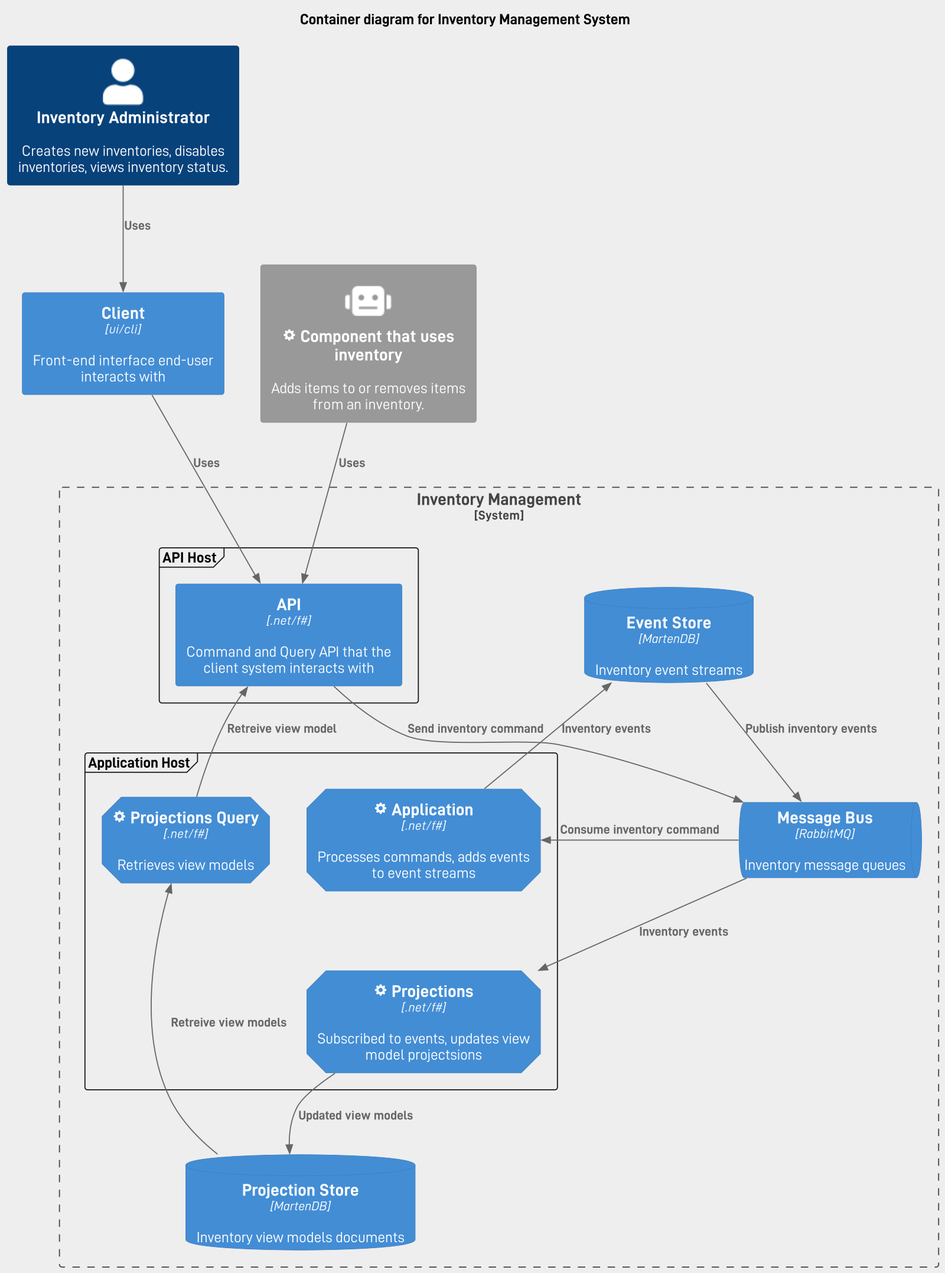
The PlantUML diagram doc/C4/container.png in iblazhko/cqrs-fsharp, before a commit. Its source is kept beside it as doc/C4/container.puml.
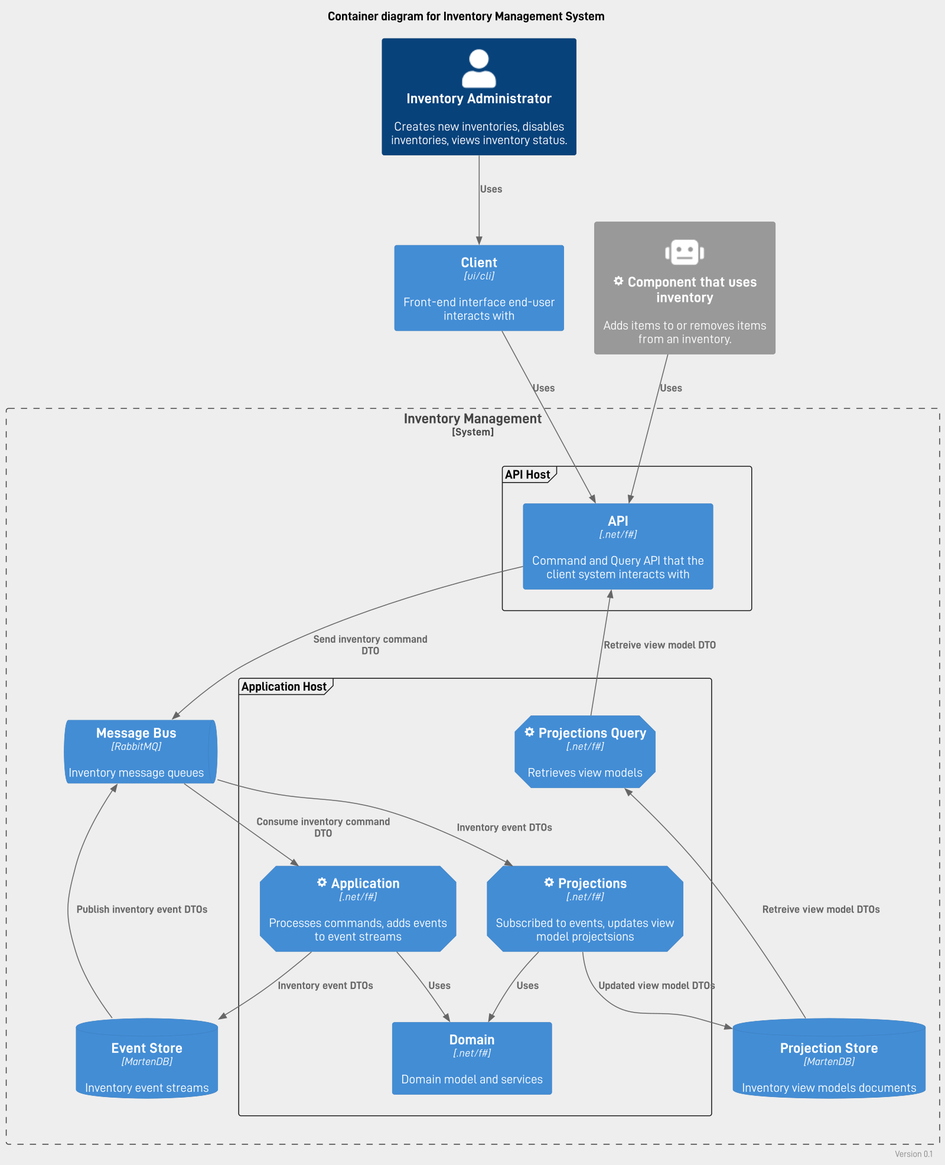
Above is the later version.

Diff of the diagram source:
```diff
@@ -8,6 +8,7 @@
 HIDE_STEREOTYPE()
 
 title Container diagram for Inventory Management System
+right footer Version 0.1
 
 AddElementTag("microservice-component", $shape=EightSidedShape(), $legendText="microservice-component")
 
@@ -21,6 +22,7 @@
     }
 
     frame "Application Host" as app_host {
+        Container(domain, "Domain", ".net/f#", "Domain model and services")
         Container(app, "<&cog> Application", ".net/f#", "Processes commands, adds events to event streams", $tags="microservice-component")
         Container(projections, "<&cog> Projections", ".net/f#", "Subscribed to events, updates view model projectsions", $tags="microservice-component")
         Container(query, "<&cog> Projections Query", ".net/f#", "Retrieves view models", $tags="microservice-component")
@@ -31,20 +33,31 @@
     ContainerDb(projectionstore, "Projection Store", "MartenDB", "Inventory view models documents")
 
     Rel(client, api, "Uses")
-    Rel(query, api, "Retreive view model")
-    Rel(api, messagebus, "Send inventory command")
-    Rel(messagebus, app, "Consume inventory command")
-    Rel(app, eventstore, "Inventory events")
-    Rel(eventstore, messagebus, "Publish inventory events")
-    Rel(messagebus, projections, "Inventory events")
-    Rel(projections, projectionstore, "Updated view models")
-    Rel(projectionstore, query, "Retreive view models")
+    Rel(query, api, "Retreive view model DTO")
+    Rel(api, messagebus, "Send inventory command DTO")
+    Rel(messagebus, app, "Consume inventory command DTO")
+    Rel(app, eventstore, "Inventory event DTOs")
+    Rel(eventstore, messagebus, "Publish inventory event DTOs")
+    Rel(messagebus, projections, "Inventory event DTOs")
+    Rel(projections, projectionstore, "Updated view model DTOs")
+    Rel(projectionstore, query, "Retreive view model DTOs")
+
+    Rel(app, domain, "Uses")
+    Rel(projections, domain, "Uses")
+
+    Lay_D(api_host, app_host)
 
     Lay_D(api, app)
     Lay_D(api, query)
+    Lay_L(app, projections)
+    Lay_L(projections, query)
+    Lay_D(app, domain)
+    Lay_D(projections, domain)
     Lay_D(app, eventstore)
     Lay_D(projections, projectionstore)
     Lay_D(query, projections)
+
+    Lay_D(messagebus, eventstore)
 }
 
 Rel(admin, client, "Uses")
```
